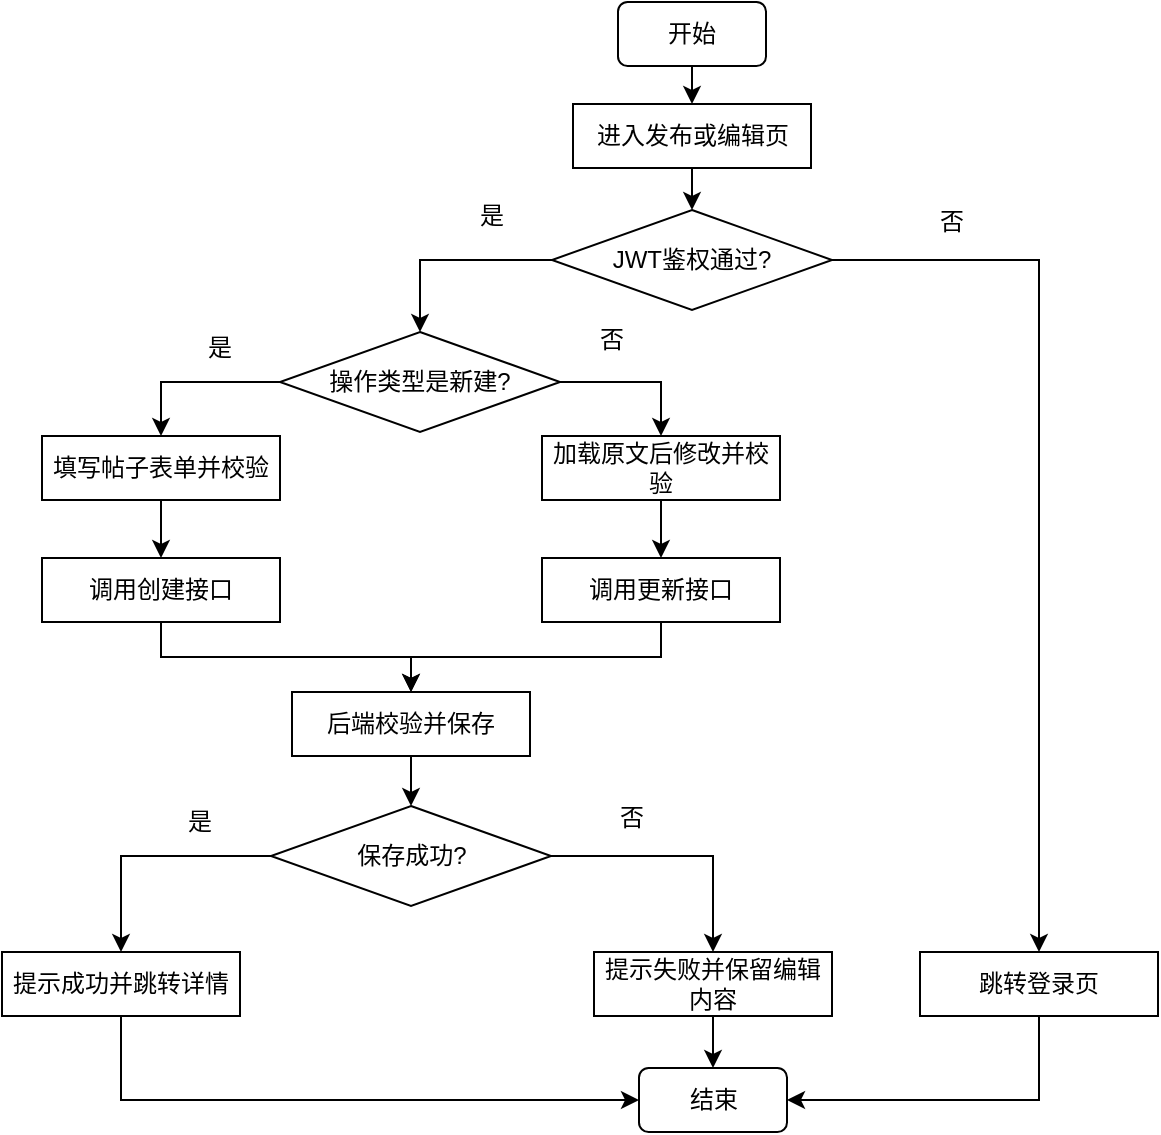
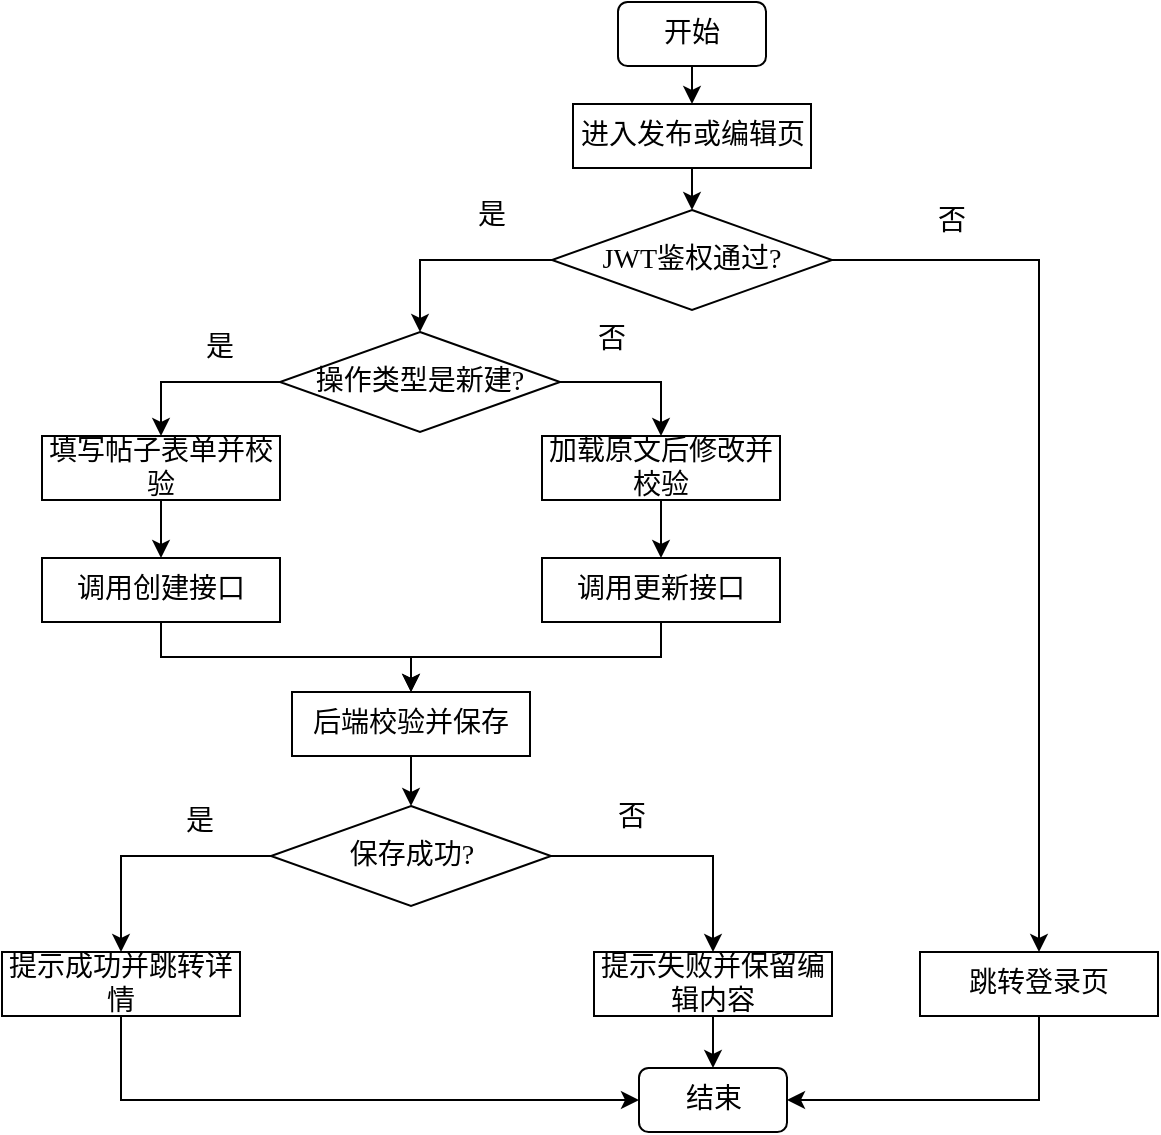
<mxfile host="app.diagrams.net">
  <diagram name="第 1 页" id="MJABiouPyqkstvUZJcQO">
    <mxGraphModel dx="1406" dy="780" grid="0" gridSize="10" guides="1" tooltips="1" connect="1" arrows="1" fold="1" page="1" pageScale="1" pageWidth="827" pageHeight="1169" math="0" shadow="0">
      <root>
        <mxCell id="0" />
        <mxCell id="1" parent="0" />
-         <mxCell id="r9KtKlJA0edg6po6uu41-1" parent="1" style="rounded=1;whiteSpace=wrap;html=1;" value="&lt;span style=&quot;font-size: 12px;&quot;&gt;开始&lt;/span&gt;" vertex="1">
+         <mxCell id="r9KtKlJA0edg6po6uu41-1" parent="1" style="rounded=1;whiteSpace=wrap;html=1;fontFamily=仿宋;fontSize=14;" value="&lt;span&gt;开始&lt;/span&gt;" vertex="1">
          <mxGeometry height="32" width="74" x="377" y="17" as="geometry" />
        </mxCell>
-         <mxCell id="r9KtKlJA0edg6po6uu41-2" parent="1" style="rounded=0;whiteSpace=wrap;html=1;" value="&lt;span style=&quot;font-size: 12px;&quot;&gt;进入发布或编辑页&lt;/span&gt;" vertex="1">
+         <mxCell id="r9KtKlJA0edg6po6uu41-2" parent="1" style="rounded=0;whiteSpace=wrap;html=1;fontFamily=仿宋;fontSize=14;" value="&lt;span&gt;进入发布或编辑页&lt;/span&gt;" vertex="1">
          <mxGeometry height="32" width="119" x="354.5" y="68" as="geometry" />
        </mxCell>
-         <mxCell id="r9KtKlJA0edg6po6uu41-3" parent="1" style="rounded=0;whiteSpace=wrap;html=1;" value="&lt;span style=&quot;font-size: 12px;&quot;&gt;填写帖子表单并校验&lt;/span&gt;" vertex="1">
+         <mxCell id="r9KtKlJA0edg6po6uu41-3" parent="1" style="rounded=0;whiteSpace=wrap;html=1;fontFamily=仿宋;fontSize=14;" value="&lt;span&gt;填写帖子表单并校验&lt;/span&gt;" vertex="1">
          <mxGeometry height="32" width="119" x="89" y="234" as="geometry" />
        </mxCell>
-         <mxCell id="r9KtKlJA0edg6po6uu41-4" parent="1" style="rounded=0;whiteSpace=wrap;html=1;" value="加载原文后修改并校验" vertex="1">
+         <mxCell id="r9KtKlJA0edg6po6uu41-4" parent="1" style="rounded=0;whiteSpace=wrap;html=1;fontFamily=仿宋;fontSize=14;" value="加载原文后修改并校验" vertex="1">
          <mxGeometry height="32" width="119" x="339" y="234" as="geometry" />
        </mxCell>
-         <mxCell id="r9KtKlJA0edg6po6uu41-5" parent="1" style="rounded=0;whiteSpace=wrap;html=1;" value="&lt;span style=&quot;font-size: 12px;&quot;&gt;调用创建接口&lt;/span&gt;" vertex="1">
+         <mxCell id="r9KtKlJA0edg6po6uu41-5" parent="1" style="rounded=0;whiteSpace=wrap;html=1;fontFamily=仿宋;fontSize=14;" value="&lt;span&gt;调用创建接口&lt;/span&gt;" vertex="1">
          <mxGeometry height="32" width="119" x="89" y="295" as="geometry" />
        </mxCell>
-         <mxCell id="r9KtKlJA0edg6po6uu41-6" parent="1" style="rounded=0;whiteSpace=wrap;html=1;" value="&lt;span style=&quot;font-size: 12px;&quot;&gt;调用更新接口&lt;/span&gt;" vertex="1">
+         <mxCell id="r9KtKlJA0edg6po6uu41-6" parent="1" style="rounded=0;whiteSpace=wrap;html=1;fontFamily=仿宋;fontSize=14;" value="&lt;span&gt;调用更新接口&lt;/span&gt;" vertex="1">
          <mxGeometry height="32" width="119" x="339" y="295" as="geometry" />
        </mxCell>
-         <mxCell id="r9KtKlJA0edg6po6uu41-7" parent="1" style="rounded=0;whiteSpace=wrap;html=1;" value="&lt;span style=&quot;font-size: 12px;&quot;&gt;后端校验并保存&lt;/span&gt;" vertex="1">
+         <mxCell id="r9KtKlJA0edg6po6uu41-7" parent="1" style="rounded=0;whiteSpace=wrap;html=1;fontFamily=仿宋;fontSize=14;" value="&lt;span&gt;后端校验并保存&lt;/span&gt;" vertex="1">
          <mxGeometry height="32" width="119" x="214" y="362" as="geometry" />
        </mxCell>
-         <mxCell id="r9KtKlJA0edg6po6uu41-8" parent="1" style="rounded=0;whiteSpace=wrap;html=1;" value="&lt;span style=&quot;font-size: 12px;&quot;&gt;提示成功并跳转详情&lt;/span&gt;" vertex="1">
+         <mxCell id="r9KtKlJA0edg6po6uu41-8" parent="1" style="rounded=0;whiteSpace=wrap;html=1;fontFamily=仿宋;fontSize=14;" value="&lt;span&gt;提示成功并跳转详情&lt;/span&gt;" vertex="1">
          <mxGeometry height="32" width="119" x="69" y="492" as="geometry" />
        </mxCell>
-         <mxCell id="r9KtKlJA0edg6po6uu41-9" parent="1" style="rounded=0;whiteSpace=wrap;html=1;" value="&lt;span style=&quot;font-size: 12px;&quot;&gt;提示失败并保留编辑内容&lt;/span&gt;" vertex="1">
+         <mxCell id="r9KtKlJA0edg6po6uu41-9" parent="1" style="rounded=0;whiteSpace=wrap;html=1;fontFamily=仿宋;fontSize=14;" value="&lt;span&gt;提示失败并保留编辑内容&lt;/span&gt;" vertex="1">
          <mxGeometry height="32" width="119" x="365" y="492" as="geometry" />
        </mxCell>
-         <mxCell id="r9KtKlJA0edg6po6uu41-10" parent="1" style="rounded=0;whiteSpace=wrap;html=1;" value="&lt;span style=&quot;font-size: 12px;&quot;&gt;跳转登录页&lt;/span&gt;" vertex="1">
+         <mxCell id="r9KtKlJA0edg6po6uu41-10" parent="1" style="rounded=0;whiteSpace=wrap;html=1;fontFamily=仿宋;fontSize=14;" value="&lt;span&gt;跳转登录页&lt;/span&gt;" vertex="1">
          <mxGeometry height="32" width="119" x="528" y="492" as="geometry" />
        </mxCell>
-         <mxCell id="r9KtKlJA0edg6po6uu41-11" parent="1" style="rounded=1;whiteSpace=wrap;html=1;" value="&lt;span style=&quot;font-size: 12px;&quot;&gt;结束&lt;/span&gt;" vertex="1">
+         <mxCell id="r9KtKlJA0edg6po6uu41-11" parent="1" style="rounded=1;whiteSpace=wrap;html=1;fontFamily=仿宋;fontSize=14;" value="&lt;span&gt;结束&lt;/span&gt;" vertex="1">
          <mxGeometry height="32" width="74" x="387.5" y="550" as="geometry" />
        </mxCell>
-         <mxCell id="r9KtKlJA0edg6po6uu41-12" parent="1" style="rhombus;whiteSpace=wrap;html=1;" value="&lt;span style=&quot;font-size: 12px;&quot;&gt;JWT鉴权通过?&lt;/span&gt;" vertex="1">
+         <mxCell id="r9KtKlJA0edg6po6uu41-12" parent="1" style="rhombus;whiteSpace=wrap;html=1;fontFamily=仿宋;fontSize=14;" value="&lt;span&gt;JWT鉴权通过?&lt;/span&gt;" vertex="1">
          <mxGeometry height="50" width="140" x="344" y="121" as="geometry" />
        </mxCell>
-         <mxCell id="r9KtKlJA0edg6po6uu41-13" parent="1" style="rhombus;whiteSpace=wrap;html=1;" value="&lt;span style=&quot;font-size: 12px;&quot;&gt;操作类型是新建?&lt;/span&gt;" vertex="1">
+         <mxCell id="r9KtKlJA0edg6po6uu41-13" parent="1" style="rhombus;whiteSpace=wrap;html=1;fontFamily=仿宋;fontSize=14;" value="&lt;span&gt;操作类型是新建?&lt;/span&gt;" vertex="1">
          <mxGeometry height="50" width="140" x="208" y="182" as="geometry" />
        </mxCell>
-         <mxCell id="r9KtKlJA0edg6po6uu41-14" parent="1" style="rhombus;whiteSpace=wrap;html=1;" value="&lt;span style=&quot;font-size: 12px;&quot;&gt;保存成功?&lt;/span&gt;" vertex="1">
+         <mxCell id="r9KtKlJA0edg6po6uu41-14" parent="1" style="rhombus;whiteSpace=wrap;html=1;fontFamily=仿宋;fontSize=14;" value="&lt;span&gt;保存成功?&lt;/span&gt;" vertex="1">
          <mxGeometry height="50" width="140" x="203.5" y="419" as="geometry" />
        </mxCell>
-         <mxCell id="r9KtKlJA0edg6po6uu41-15" edge="1" parent="1" source="r9KtKlJA0edg6po6uu41-1" style="endArrow=classic;html=1;rounded=0;exitX=0.5;exitY=1;exitDx=0;exitDy=0;entryX=0.5;entryY=0;entryDx=0;entryDy=0;" target="r9KtKlJA0edg6po6uu41-2" value="">
+         <mxCell id="r9KtKlJA0edg6po6uu41-15" edge="1" parent="1" source="r9KtKlJA0edg6po6uu41-1" style="endArrow=classic;html=1;rounded=0;exitX=0.5;exitY=1;exitDx=0;exitDy=0;entryX=0.5;entryY=0;entryDx=0;entryDy=0;fontFamily=仿宋;fontSize=14;" target="r9KtKlJA0edg6po6uu41-2" value="">
          <mxGeometry height="50" relative="1" width="50" as="geometry">
            <mxPoint x="388" y="427" as="sourcePoint" />
            <mxPoint x="438" y="377" as="targetPoint" />
          </mxGeometry>
        </mxCell>
-         <mxCell id="r9KtKlJA0edg6po6uu41-17" edge="1" parent="1" source="r9KtKlJA0edg6po6uu41-2" style="endArrow=classic;html=1;rounded=0;exitX=0.5;exitY=1;exitDx=0;exitDy=0;entryX=0.5;entryY=0;entryDx=0;entryDy=0;" target="r9KtKlJA0edg6po6uu41-12" value="">
+         <mxCell id="r9KtKlJA0edg6po6uu41-17" edge="1" parent="1" source="r9KtKlJA0edg6po6uu41-2" style="endArrow=classic;html=1;rounded=0;exitX=0.5;exitY=1;exitDx=0;exitDy=0;entryX=0.5;entryY=0;entryDx=0;entryDy=0;fontFamily=仿宋;fontSize=14;" target="r9KtKlJA0edg6po6uu41-12" value="">
          <mxGeometry height="50" relative="1" width="50" as="geometry">
            <mxPoint x="555" y="177" as="sourcePoint" />
            <mxPoint x="561" y="212" as="targetPoint" />
          </mxGeometry>
        </mxCell>
-         <mxCell id="r9KtKlJA0edg6po6uu41-18" edge="1" parent="1" source="r9KtKlJA0edg6po6uu41-3" style="endArrow=classic;html=1;rounded=0;exitX=0.5;exitY=1;exitDx=0;exitDy=0;entryX=0.5;entryY=0;entryDx=0;entryDy=0;" target="r9KtKlJA0edg6po6uu41-5" value="">
+         <mxCell id="r9KtKlJA0edg6po6uu41-18" edge="1" parent="1" source="r9KtKlJA0edg6po6uu41-3" style="endArrow=classic;html=1;rounded=0;exitX=0.5;exitY=1;exitDx=0;exitDy=0;entryX=0.5;entryY=0;entryDx=0;entryDy=0;fontFamily=仿宋;fontSize=14;" target="r9KtKlJA0edg6po6uu41-5" value="">
          <mxGeometry height="50" relative="1" width="50" as="geometry">
            <mxPoint x="540" y="404" as="sourcePoint" />
            <mxPoint x="546" y="439" as="targetPoint" />
          </mxGeometry>
        </mxCell>
-         <mxCell id="r9KtKlJA0edg6po6uu41-19" edge="1" parent="1" source="r9KtKlJA0edg6po6uu41-4" style="endArrow=classic;html=1;rounded=0;exitX=0.5;exitY=1;exitDx=0;exitDy=0;entryX=0.5;entryY=0;entryDx=0;entryDy=0;" target="r9KtKlJA0edg6po6uu41-6" value="">
+         <mxCell id="r9KtKlJA0edg6po6uu41-19" edge="1" parent="1" source="r9KtKlJA0edg6po6uu41-4" style="endArrow=classic;html=1;rounded=0;exitX=0.5;exitY=1;exitDx=0;exitDy=0;entryX=0.5;entryY=0;entryDx=0;entryDy=0;fontFamily=仿宋;fontSize=14;" target="r9KtKlJA0edg6po6uu41-6" value="">
          <mxGeometry height="50" relative="1" width="50" as="geometry">
            <mxPoint x="436" y="305" as="sourcePoint" />
            <mxPoint x="442" y="340" as="targetPoint" />
          </mxGeometry>
        </mxCell>
-         <mxCell id="r9KtKlJA0edg6po6uu41-20" edge="1" parent="1" source="r9KtKlJA0edg6po6uu41-7" style="endArrow=classic;html=1;rounded=0;exitX=0.5;exitY=1;exitDx=0;exitDy=0;entryX=0.5;entryY=0;entryDx=0;entryDy=0;" target="r9KtKlJA0edg6po6uu41-14" value="">
+         <mxCell id="r9KtKlJA0edg6po6uu41-20" edge="1" parent="1" source="r9KtKlJA0edg6po6uu41-7" style="endArrow=classic;html=1;rounded=0;exitX=0.5;exitY=1;exitDx=0;exitDy=0;entryX=0.5;entryY=0;entryDx=0;entryDy=0;fontFamily=仿宋;fontSize=14;" target="r9KtKlJA0edg6po6uu41-14" value="">
          <mxGeometry height="50" relative="1" width="50" as="geometry">
            <mxPoint x="446" y="476" as="sourcePoint" />
            <mxPoint x="452" y="511" as="targetPoint" />
          </mxGeometry>
        </mxCell>
-         <mxCell id="r9KtKlJA0edg6po6uu41-21" edge="1" parent="1" source="r9KtKlJA0edg6po6uu41-12" style="endArrow=classic;html=1;rounded=0;exitX=1;exitY=0.5;exitDx=0;exitDy=0;entryX=0.5;entryY=0;entryDx=0;entryDy=0;edgeStyle=orthogonalEdgeStyle;" target="r9KtKlJA0edg6po6uu41-10" value="">
+         <mxCell id="r9KtKlJA0edg6po6uu41-21" edge="1" parent="1" source="r9KtKlJA0edg6po6uu41-12" style="endArrow=classic;html=1;rounded=0;exitX=1;exitY=0.5;exitDx=0;exitDy=0;entryX=0.5;entryY=0;entryDx=0;entryDy=0;edgeStyle=orthogonalEdgeStyle;fontFamily=仿宋;fontSize=14;" target="r9KtKlJA0edg6po6uu41-10" value="">
          <mxGeometry height="50" relative="1" width="50" as="geometry">
            <mxPoint x="553" y="320" as="sourcePoint" />
            <mxPoint x="559" y="355" as="targetPoint" />
          </mxGeometry>
        </mxCell>
-         <mxCell id="r9KtKlJA0edg6po6uu41-22" edge="1" parent="1" source="r9KtKlJA0edg6po6uu41-12" style="endArrow=classic;html=1;rounded=0;exitX=0;exitY=0.5;exitDx=0;exitDy=0;entryX=0.5;entryY=0;entryDx=0;entryDy=0;edgeStyle=orthogonalEdgeStyle;" target="r9KtKlJA0edg6po6uu41-13" value="">
+         <mxCell id="r9KtKlJA0edg6po6uu41-22" edge="1" parent="1" source="r9KtKlJA0edg6po6uu41-12" style="endArrow=classic;html=1;rounded=0;exitX=0;exitY=0.5;exitDx=0;exitDy=0;entryX=0.5;entryY=0;entryDx=0;entryDy=0;edgeStyle=orthogonalEdgeStyle;fontFamily=仿宋;fontSize=14;" target="r9KtKlJA0edg6po6uu41-13" value="">
          <mxGeometry height="50" relative="1" width="50" as="geometry">
            <mxPoint x="207" y="96" as="sourcePoint" />
            <mxPoint x="307" y="504" as="targetPoint" />
          </mxGeometry>
        </mxCell>
-         <mxCell id="r9KtKlJA0edg6po6uu41-23" edge="1" parent="1" source="r9KtKlJA0edg6po6uu41-13" style="endArrow=classic;html=1;rounded=0;exitX=0;exitY=0.5;exitDx=0;exitDy=0;entryX=0.5;entryY=0;entryDx=0;entryDy=0;edgeStyle=orthogonalEdgeStyle;" target="r9KtKlJA0edg6po6uu41-3" value="">
+         <mxCell id="r9KtKlJA0edg6po6uu41-23" edge="1" parent="1" source="r9KtKlJA0edg6po6uu41-13" style="endArrow=classic;html=1;rounded=0;exitX=0;exitY=0.5;exitDx=0;exitDy=0;entryX=0.5;entryY=0;entryDx=0;entryDy=0;edgeStyle=orthogonalEdgeStyle;fontFamily=仿宋;fontSize=14;" target="r9KtKlJA0edg6po6uu41-3" value="">
          <mxGeometry height="50" relative="1" width="50" as="geometry">
            <mxPoint x="85" y="181" as="sourcePoint" />
            <mxPoint x="185" y="589" as="targetPoint" />
          </mxGeometry>
        </mxCell>
-         <mxCell id="r9KtKlJA0edg6po6uu41-24" edge="1" parent="1" source="r9KtKlJA0edg6po6uu41-13" style="endArrow=classic;html=1;rounded=0;exitX=1;exitY=0.5;exitDx=0;exitDy=0;entryX=0.5;entryY=0;entryDx=0;entryDy=0;edgeStyle=orthogonalEdgeStyle;" target="r9KtKlJA0edg6po6uu41-4" value="">
+         <mxCell id="r9KtKlJA0edg6po6uu41-24" edge="1" parent="1" source="r9KtKlJA0edg6po6uu41-13" style="endArrow=classic;html=1;rounded=0;exitX=1;exitY=0.5;exitDx=0;exitDy=0;entryX=0.5;entryY=0;entryDx=0;entryDy=0;edgeStyle=orthogonalEdgeStyle;fontFamily=仿宋;fontSize=14;" target="r9KtKlJA0edg6po6uu41-4" value="">
          <mxGeometry height="50" relative="1" width="50" as="geometry">
            <mxPoint x="427" y="400" as="sourcePoint" />
            <mxPoint x="527" y="808" as="targetPoint" />
          </mxGeometry>
        </mxCell>
-         <mxCell id="r9KtKlJA0edg6po6uu41-25" edge="1" parent="1" source="r9KtKlJA0edg6po6uu41-14" style="endArrow=classic;html=1;rounded=0;exitX=0;exitY=0.5;exitDx=0;exitDy=0;entryX=0.5;entryY=0;entryDx=0;entryDy=0;edgeStyle=orthogonalEdgeStyle;" target="r9KtKlJA0edg6po6uu41-8" value="">
+         <mxCell id="r9KtKlJA0edg6po6uu41-25" edge="1" parent="1" source="r9KtKlJA0edg6po6uu41-14" style="endArrow=classic;html=1;rounded=0;exitX=0;exitY=0.5;exitDx=0;exitDy=0;entryX=0.5;entryY=0;entryDx=0;entryDy=0;edgeStyle=orthogonalEdgeStyle;fontFamily=仿宋;fontSize=14;" target="r9KtKlJA0edg6po6uu41-8" value="">
          <mxGeometry height="50" relative="1" width="50" as="geometry">
            <mxPoint x="96" y="506" as="sourcePoint" />
            <mxPoint x="79" y="556" as="targetPoint" />
          </mxGeometry>
        </mxCell>
-         <mxCell id="r9KtKlJA0edg6po6uu41-26" edge="1" parent="1" source="r9KtKlJA0edg6po6uu41-14" style="endArrow=classic;html=1;rounded=0;exitX=1;exitY=0.5;exitDx=0;exitDy=0;entryX=0.5;entryY=0;entryDx=0;entryDy=0;edgeStyle=orthogonalEdgeStyle;" target="r9KtKlJA0edg6po6uu41-9" value="">
+         <mxCell id="r9KtKlJA0edg6po6uu41-26" edge="1" parent="1" source="r9KtKlJA0edg6po6uu41-14" style="endArrow=classic;html=1;rounded=0;exitX=1;exitY=0.5;exitDx=0;exitDy=0;entryX=0.5;entryY=0;entryDx=0;entryDy=0;edgeStyle=orthogonalEdgeStyle;fontFamily=仿宋;fontSize=14;" target="r9KtKlJA0edg6po6uu41-9" value="">
          <mxGeometry height="50" relative="1" width="50" as="geometry">
            <mxPoint x="402" y="492" as="sourcePoint" />
            <mxPoint x="385" y="542" as="targetPoint" />
          </mxGeometry>
        </mxCell>
-         <mxCell id="r9KtKlJA0edg6po6uu41-27" edge="1" parent="1" source="r9KtKlJA0edg6po6uu41-5" style="endArrow=classic;html=1;rounded=0;exitX=0.5;exitY=1;exitDx=0;exitDy=0;entryX=0.5;entryY=0;entryDx=0;entryDy=0;edgeStyle=orthogonalEdgeStyle;" target="r9KtKlJA0edg6po6uu41-7" value="">
+         <mxCell id="r9KtKlJA0edg6po6uu41-27" edge="1" parent="1" source="r9KtKlJA0edg6po6uu41-5" style="endArrow=classic;html=1;rounded=0;exitX=0.5;exitY=1;exitDx=0;exitDy=0;entryX=0.5;entryY=0;entryDx=0;entryDy=0;edgeStyle=orthogonalEdgeStyle;fontFamily=仿宋;fontSize=14;" target="r9KtKlJA0edg6po6uu41-7" value="">
          <mxGeometry height="50" relative="1" width="50" as="geometry">
            <mxPoint x="96" y="393" as="sourcePoint" />
            <mxPoint x="79" y="443" as="targetPoint" />
          </mxGeometry>
        </mxCell>
-         <mxCell id="r9KtKlJA0edg6po6uu41-28" edge="1" parent="1" source="r9KtKlJA0edg6po6uu41-6" style="endArrow=classic;html=1;rounded=0;exitX=0.5;exitY=1;exitDx=0;exitDy=0;entryX=0.5;entryY=0;entryDx=0;entryDy=0;edgeStyle=orthogonalEdgeStyle;" target="r9KtKlJA0edg6po6uu41-7" value="">
+         <mxCell id="r9KtKlJA0edg6po6uu41-28" edge="1" parent="1" source="r9KtKlJA0edg6po6uu41-6" style="endArrow=classic;html=1;rounded=0;exitX=0.5;exitY=1;exitDx=0;exitDy=0;entryX=0.5;entryY=0;entryDx=0;entryDy=0;edgeStyle=orthogonalEdgeStyle;fontFamily=仿宋;fontSize=14;" target="r9KtKlJA0edg6po6uu41-7" value="">
          <mxGeometry height="50" relative="1" width="50" as="geometry">
            <mxPoint x="350" y="390" as="sourcePoint" />
            <mxPoint x="333" y="440" as="targetPoint" />
          </mxGeometry>
        </mxCell>
-         <mxCell id="r9KtKlJA0edg6po6uu41-29" edge="1" parent="1" source="r9KtKlJA0edg6po6uu41-8" style="endArrow=classic;html=1;rounded=0;exitX=0.5;exitY=1;exitDx=0;exitDy=0;entryX=0;entryY=0.5;entryDx=0;entryDy=0;edgeStyle=orthogonalEdgeStyle;" target="r9KtKlJA0edg6po6uu41-11" value="">
+         <mxCell id="r9KtKlJA0edg6po6uu41-29" edge="1" parent="1" source="r9KtKlJA0edg6po6uu41-8" style="endArrow=classic;html=1;rounded=0;exitX=0.5;exitY=1;exitDx=0;exitDy=0;entryX=0;entryY=0.5;entryDx=0;entryDy=0;edgeStyle=orthogonalEdgeStyle;fontFamily=仿宋;fontSize=14;" target="r9KtKlJA0edg6po6uu41-11" value="">
          <mxGeometry height="50" relative="1" width="50" as="geometry">
            <mxPoint x="211" y="802" as="sourcePoint" />
            <mxPoint x="194" y="852" as="targetPoint" />
          </mxGeometry>
        </mxCell>
-         <mxCell id="r9KtKlJA0edg6po6uu41-31" edge="1" parent="1" source="r9KtKlJA0edg6po6uu41-10" style="endArrow=classic;html=1;rounded=0;exitX=0.5;exitY=1;exitDx=0;exitDy=0;entryX=1;entryY=0.5;entryDx=0;entryDy=0;edgeStyle=orthogonalEdgeStyle;" target="r9KtKlJA0edg6po6uu41-11" value="">
+         <mxCell id="r9KtKlJA0edg6po6uu41-31" edge="1" parent="1" source="r9KtKlJA0edg6po6uu41-10" style="endArrow=classic;html=1;rounded=0;exitX=0.5;exitY=1;exitDx=0;exitDy=0;entryX=1;entryY=0.5;entryDx=0;entryDy=0;edgeStyle=orthogonalEdgeStyle;fontFamily=仿宋;fontSize=14;" target="r9KtKlJA0edg6po6uu41-11" value="">
          <mxGeometry height="50" relative="1" width="50" as="geometry">
            <mxPoint x="629" y="709" as="sourcePoint" />
            <mxPoint x="612" y="759" as="targetPoint" />
          </mxGeometry>
        </mxCell>
-         <mxCell id="r9KtKlJA0edg6po6uu41-32" edge="1" parent="1" source="r9KtKlJA0edg6po6uu41-9" style="endArrow=classic;html=1;rounded=0;exitX=0.5;exitY=1;exitDx=0;exitDy=0;entryX=0.5;entryY=0;entryDx=0;entryDy=0;" target="r9KtKlJA0edg6po6uu41-11" value="">
+         <mxCell id="r9KtKlJA0edg6po6uu41-32" edge="1" parent="1" source="r9KtKlJA0edg6po6uu41-9" style="endArrow=classic;html=1;rounded=0;exitX=0.5;exitY=1;exitDx=0;exitDy=0;entryX=0.5;entryY=0;entryDx=0;entryDy=0;fontFamily=仿宋;fontSize=14;" target="r9KtKlJA0edg6po6uu41-11" value="">
          <mxGeometry height="50" relative="1" width="50" as="geometry">
            <mxPoint x="388" y="433" as="sourcePoint" />
            <mxPoint x="438" y="383" as="targetPoint" />
          </mxGeometry>
        </mxCell>
-         <mxCell id="r9KtKlJA0edg6po6uu41-33" parent="1" style="text;html=1;whiteSpace=wrap;strokeColor=none;fillColor=none;align=center;verticalAlign=middle;rounded=0;" value="是" vertex="1">
+         <mxCell id="r9KtKlJA0edg6po6uu41-33" parent="1" style="text;html=1;whiteSpace=wrap;strokeColor=none;fillColor=none;align=center;verticalAlign=middle;rounded=0;fontFamily=仿宋;fontSize=14;" value="是" vertex="1">
          <mxGeometry height="30" width="60" x="284" y="109" as="geometry" />
        </mxCell>
-         <mxCell id="r9KtKlJA0edg6po6uu41-34" parent="1" style="text;html=1;whiteSpace=wrap;strokeColor=none;fillColor=none;align=center;verticalAlign=middle;rounded=0;" value="否" vertex="1">
+         <mxCell id="r9KtKlJA0edg6po6uu41-34" parent="1" style="text;html=1;whiteSpace=wrap;strokeColor=none;fillColor=none;align=center;verticalAlign=middle;rounded=0;fontFamily=仿宋;fontSize=14;" value="否" vertex="1">
          <mxGeometry height="30" width="60" x="514" y="112" as="geometry" />
        </mxCell>
-         <mxCell id="r9KtKlJA0edg6po6uu41-35" parent="1" style="text;html=1;whiteSpace=wrap;strokeColor=none;fillColor=none;align=center;verticalAlign=middle;rounded=0;" value="是" vertex="1">
+         <mxCell id="r9KtKlJA0edg6po6uu41-35" parent="1" style="text;html=1;whiteSpace=wrap;strokeColor=none;fillColor=none;align=center;verticalAlign=middle;rounded=0;fontFamily=仿宋;fontSize=14;" value="是" vertex="1">
          <mxGeometry height="30" width="60" x="148" y="175" as="geometry" />
        </mxCell>
-         <mxCell id="r9KtKlJA0edg6po6uu41-36" parent="1" style="text;html=1;whiteSpace=wrap;strokeColor=none;fillColor=none;align=center;verticalAlign=middle;rounded=0;" value="否" vertex="1">
+         <mxCell id="r9KtKlJA0edg6po6uu41-36" parent="1" style="text;html=1;whiteSpace=wrap;strokeColor=none;fillColor=none;align=center;verticalAlign=middle;rounded=0;fontFamily=仿宋;fontSize=14;" value="否" vertex="1">
          <mxGeometry height="30" width="60" x="344" y="171" as="geometry" />
        </mxCell>
-         <mxCell id="r9KtKlJA0edg6po6uu41-37" parent="1" style="text;html=1;whiteSpace=wrap;strokeColor=none;fillColor=none;align=center;verticalAlign=middle;rounded=0;" value="是" vertex="1">
+         <mxCell id="r9KtKlJA0edg6po6uu41-37" parent="1" style="text;html=1;whiteSpace=wrap;strokeColor=none;fillColor=none;align=center;verticalAlign=middle;rounded=0;fontFamily=仿宋;fontSize=14;" value="是" vertex="1">
          <mxGeometry height="30" width="60" x="138" y="412" as="geometry" />
        </mxCell>
-         <mxCell id="r9KtKlJA0edg6po6uu41-38" parent="1" style="text;html=1;whiteSpace=wrap;strokeColor=none;fillColor=none;align=center;verticalAlign=middle;rounded=0;" value="否" vertex="1">
+         <mxCell id="r9KtKlJA0edg6po6uu41-38" parent="1" style="text;html=1;whiteSpace=wrap;strokeColor=none;fillColor=none;align=center;verticalAlign=middle;rounded=0;fontFamily=仿宋;fontSize=14;" value="否" vertex="1">
          <mxGeometry height="30" width="60" x="354" y="410" as="geometry" />
        </mxCell>
      </root>
    </mxGraphModel>
  </diagram>
</mxfile>
